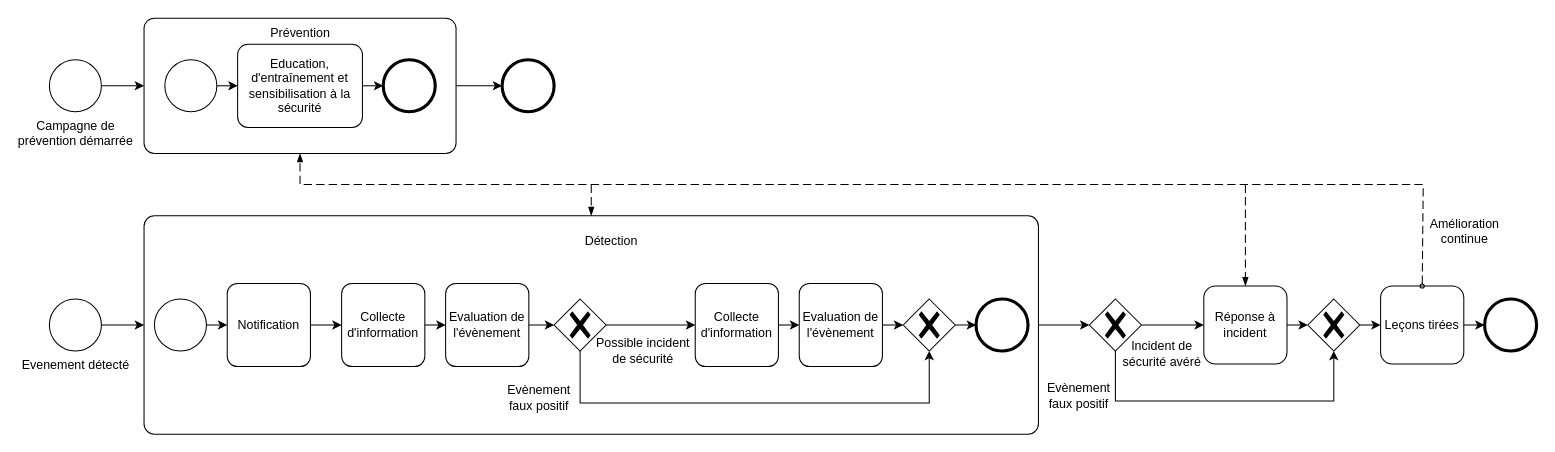
Above: ISO.drawio in netmme/cyber-diagramme-d-activites (draw.io), before the change. Source tidied: cells renumbered, new cells numbered last; positions are measured from the earlier drawing's top-left corner, leaving out a move shared by most shapes. Both pictures are drawn from the tidied source at 104%, with x=0, y=0 at pixel (49, 18).
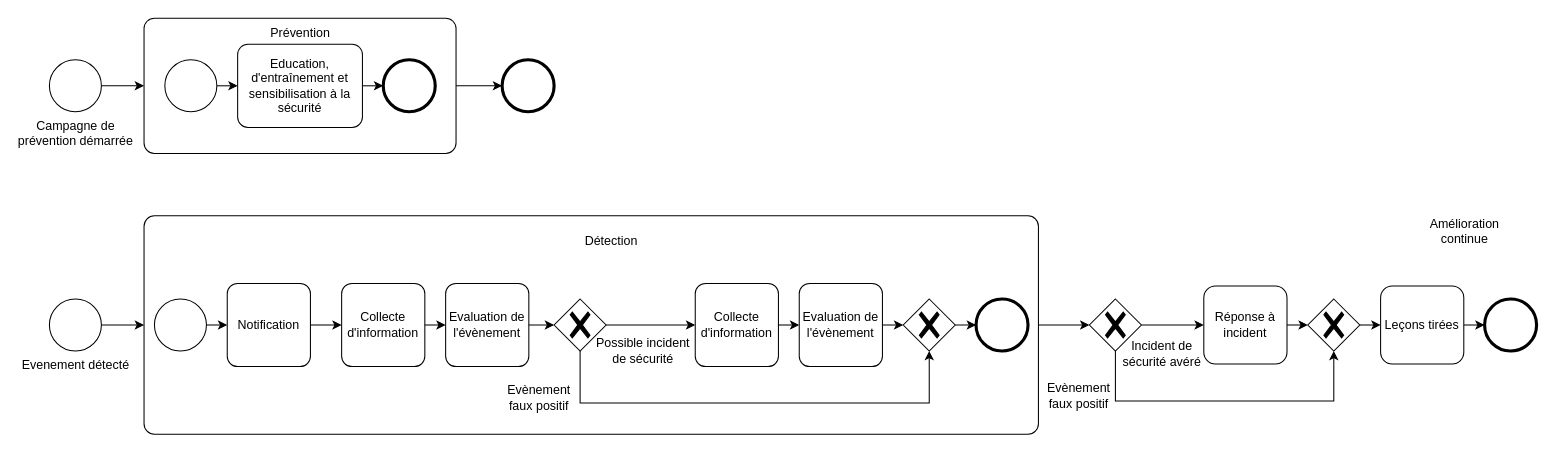
Above is the later version.

Commit message:
communication par message non satisfaisante

The change refers to these unchanged cells:
```xml
<mxCell id="3" style="points=[[0.25,0,0],[0.5,0,0],[0.75,0,0],[1,0.25,0],[1,0.5,0],[1,0.75,0],[0.75,1,0],[0.5,1,0],[0.25,1,0],[0,0.75,0],[0,0.5,0],[0,0.25,0]];shape=mxgraph.bpmn.task;whiteSpace=wrap;rectStyle=rounded;size=10;html=1;taskMarker=abstract;" parent="1" vertex="1">
  <mxGeometry x="91" width="300" height="130" as="geometry" />
</mxCell>
<mxCell id="13" style="points=[[0.25,0,0],[0.5,0,0],[0.75,0,0],[1,0.25,0],[1,0.5,0],[1,0.75,0],[0.75,1,0],[0.5,1,0],[0.25,1,0],[0,0.75,0],[0,0.5,0],[0,0.25,0]];shape=mxgraph.bpmn.task;whiteSpace=wrap;rectStyle=rounded;size=10;html=1;taskMarker=abstract;" parent="1" vertex="1">
  <mxGeometry x="91" y="190" width="860" height="210" as="geometry" />
</mxCell>
<mxCell id="20" value="Leçons tirées" style="rounded=1;whiteSpace=wrap;html=1;" parent="1" vertex="1">
  <mxGeometry x="1280" y="257.5" width="80" height="75" as="geometry" />
</mxCell>
<mxCell id="22" value="Réponse à incident" style="rounded=1;whiteSpace=wrap;html=1;" parent="1" vertex="1">
  <mxGeometry x="1110" y="257.5" width="80" height="75" as="geometry" />
</mxCell>
```

The edit, as a diff of the source:
```diff
@@
-    <mxCell id="27" style="dashed=1;dashPattern=8 4;endArrow=blockThin;endFill=1;startArrow=oval;startFill=0;endSize=6;startSize=4;html=1;rounded=0;exitX=0.5;exitY=0;exitDx=0;exitDy=0;entryX=0.5;entryY=1;entryDx=0;entryDy=0;entryPerimeter=0;" parent="1" edge="1" source="20" target="3">
-      <mxGeometry relative="1" as="geometry">
-        <Array as="points">
-          <mxPoint x="1321" y="160" />
-          <mxPoint x="241" y="160" />
-        </Array>
-      </mxGeometry>
-    </mxCell>
-    <mxCell id="28" style="dashed=1;dashPattern=8 4;endArrow=blockThin;endFill=1;startArrow=none;startFill=0;endSize=6;startSize=4;html=1;rounded=0;entryX=0.5;entryY=0;entryDx=0;entryDy=0;" parent="1" edge="1" target="22">
-      <mxGeometry relative="1" as="geometry">
-        <mxPoint x="1150" y="160" as="sourcePoint" />
-      </mxGeometry>
-    </mxCell>
@@
-    <mxCell id="32" style="dashed=1;dashPattern=8 4;endArrow=blockThin;endFill=1;startArrow=none;startFill=0;endSize=6;startSize=4;html=1;rounded=0;entryX=0.5;entryY=0;entryDx=0;entryDy=0;entryPerimeter=0;" parent="1" edge="1" target="13">
-      <mxGeometry relative="1" as="geometry">
-        <mxPoint x="521" y="160" as="sourcePoint" />
-      </mxGeometry>
-    </mxCell>
```
